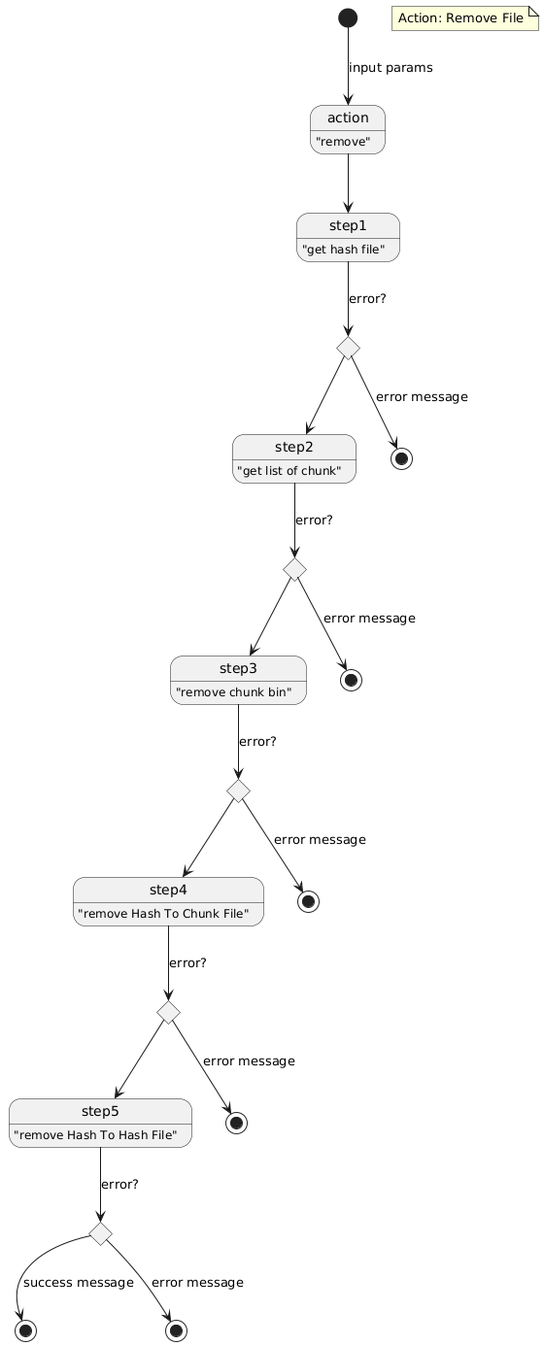
Earlier version of the PlantUML export out_application/doc/state-action-remove.png (psaraiva/lab-go-chunk).
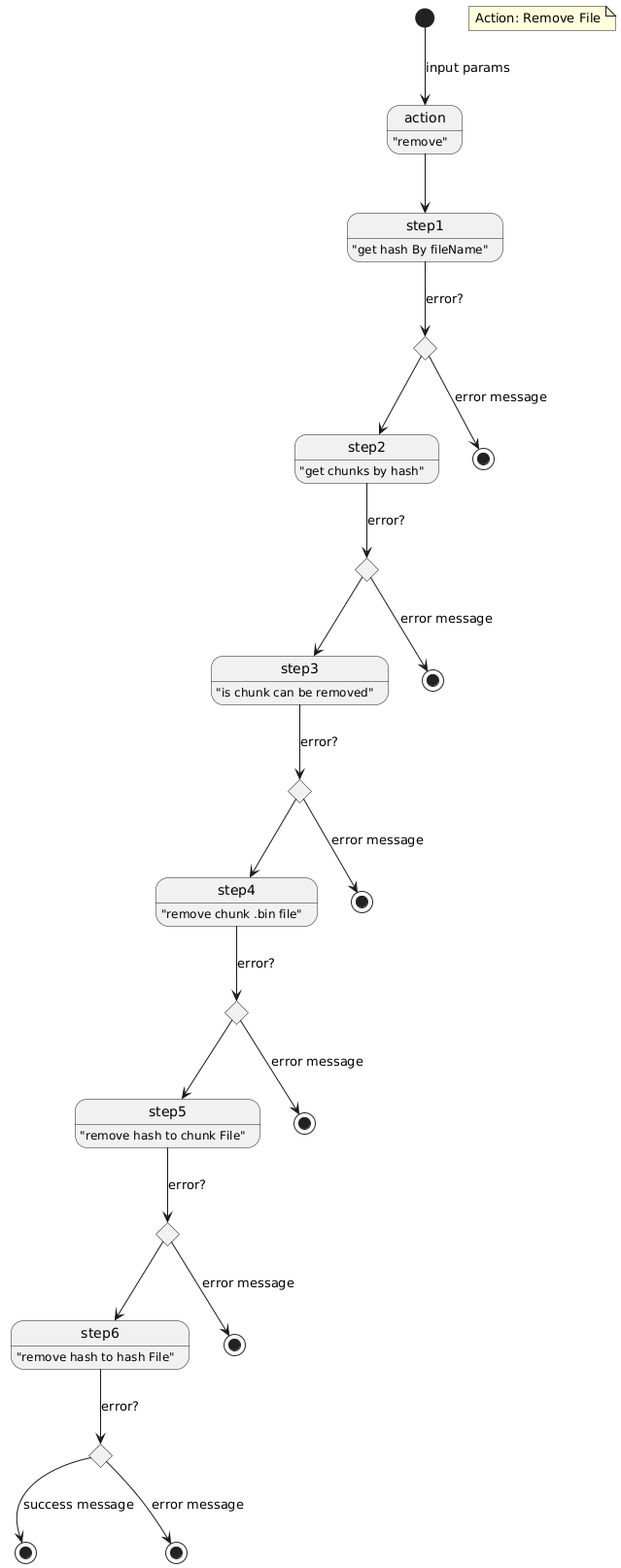
The same diagram one commit later.

The edit, as a diff of the source:
```diff
@@ -1,22 +1,25 @@
 @startuml
 state action : "remove"
-state "step1" as s1: "get hash file"
+state "step1" as s1: "get hash By fileName"
 note "Action: Remove File" as n1
-state "step2" as s2: "get list of chunk"
-state "step3" as s3: "remove chunk bin"
-state "step4" as s4: "remove Hash To Chunk File"
-state "step5" as s5: "remove Hash To Hash File"
+state "step2" as s2: "get chunks by hash"
+state "step3" as s3: "is chunk can be removed"
+state "step4" as s4: "remove chunk .bin file"
+state "step5" as s5: "remove hash to chunk File"
+state "step6" as s6: "remove hash to hash File"
 state "end" as e0 <<end>>
 state "end" as e1 <<end>>
 state "end" as e2 <<end>>
 state "end" as e3 <<end>>
 state "end" as e4 <<end>>
 state "end" as e5 <<end>>
+state "end" as e6 <<end>>
 state "choice" as c1 <<choice>>
 state "choice" as c2 <<choice>>
 state "choice" as c3 <<choice>>
 state "choice" as c4 <<choice>>
 state "choice" as c5 <<choice>>
+state "choice" as c6 <<choice>>
 
 [*] --> action : input params
 action --> s1
@@ -38,5 +41,9 @@
 
 s5 --> c5: error?
 c5 --> e5: error message
-c5 --> e0: success message
+c5 --> s6
+
+s6 --> c6: error?
+c6 --> e6: error message
+c6 --> e0: success message
 @enduml
```
